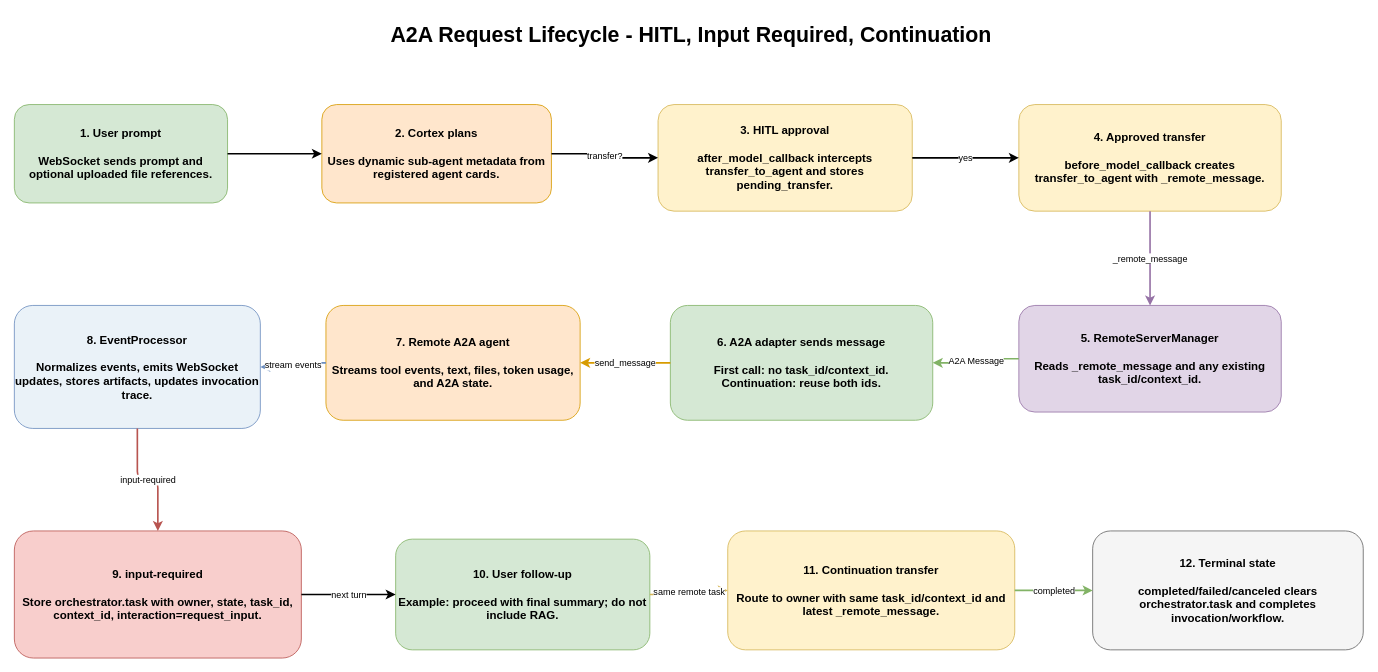
Above: page "A2A HITL Lifecycle" (2 of 3) of docs/architecture-diagram/updated_architecture.drawio in adityait019/orchestrator (draw.io), before the change. Source tidied: cells renumbered, new cells numbered last; positions are measured from the earlier drawing's top-left corner, leaving out a move shared by most shapes. Both pictures are drawn from the tidied source at 82%, with x=0, y=0 at pixel (14, 14).
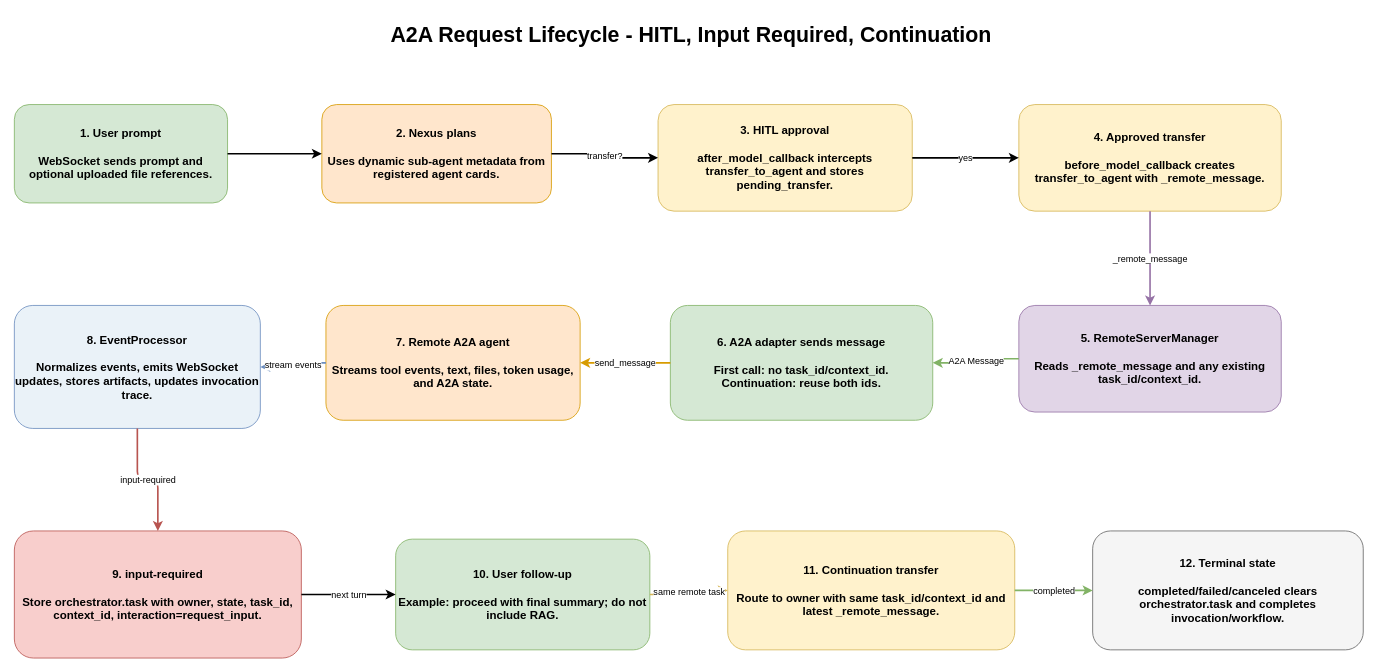
The same diagram, later.

Change to the diagram source:
```diff
@@
-    <mxCell id="4" value="2. Cortex plans&lt;br&gt;&lt;br&gt;Uses dynamic sub-agent metadata from registered agent cards." style="rounded=1;whiteSpace=wrap;html=1;fillColor=#ffe6cc;strokeColor=#d79b00;fontStyle=1;fontSize=14;" parent="1" vertex="1">
+    <mxCell id="4" value="2. Nexus plans&lt;br&gt;&lt;br&gt;Uses dynamic sub-agent metadata from registered agent cards." style="rounded=1;whiteSpace=wrap;html=1;fillColor=#ffe6cc;strokeColor=#d79b00;fontStyle=1;fontSize=14;" parent="1" vertex="1">
       <mxGeometry x="375" y="110" width="280" height="120" as="geometry" />
     </mxCell>
```
